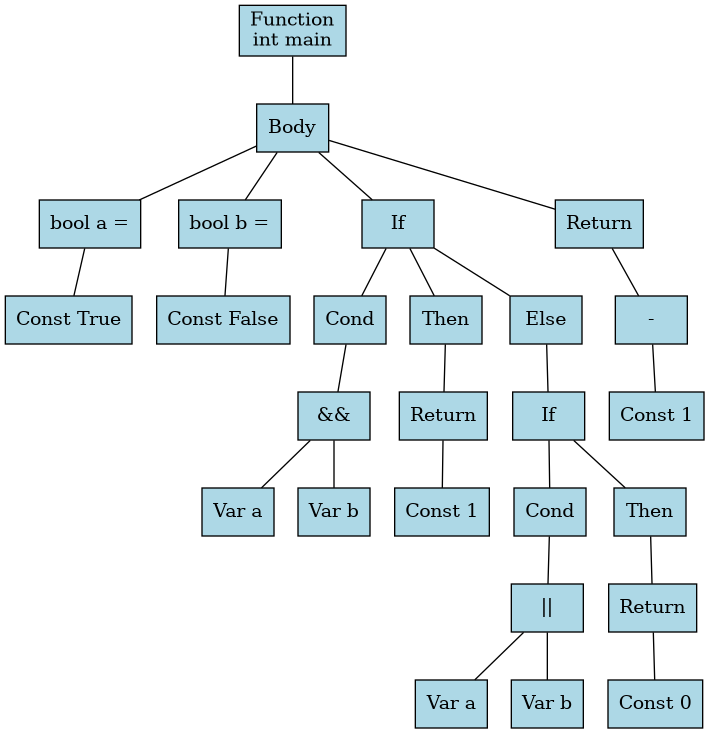
Before: ast.png, a diagram exported from Graphviz (MiguelCano-ia/mini-c-plusplus). Its source is kept beside it as ast.dot.
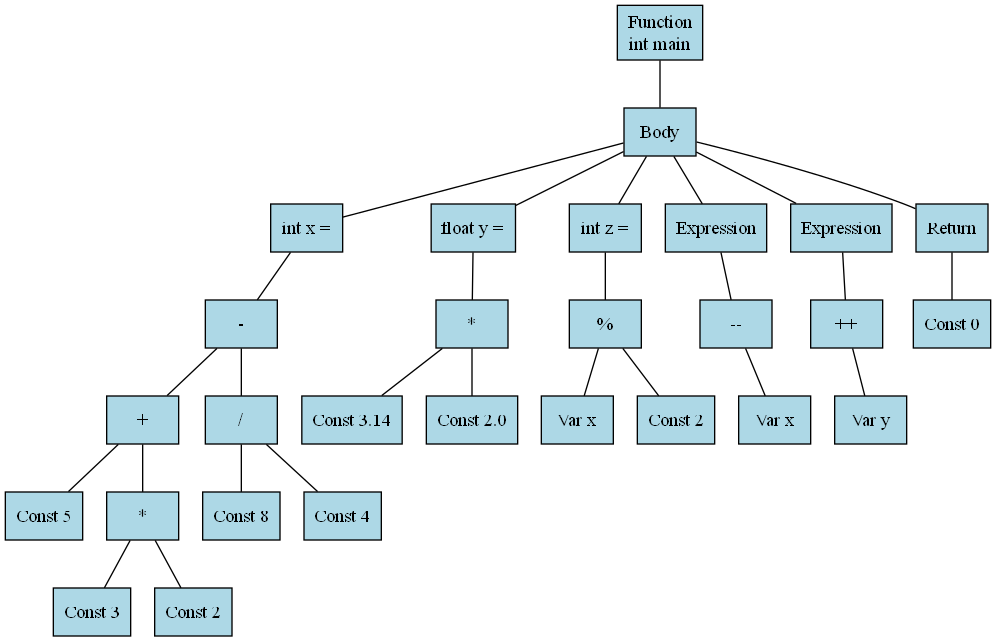
The same diagram one commit later.

What changed in the source:
```diff
@@ -5,52 +5,56 @@
 int main"]
 	n1 -> n3
 	n3 [label=Body]
-	n4 [label="bool a ="]
-	n5 [label="Const True"]
+	n4 [label="int x ="]
+	n5 [label="-"]
+	n6 [label="+"]
+	n7 [label="Const 5"]
+	n8 [label="*"]
+	n9 [label="Const 3"]
+	n10 [label="Const 2"]
+	n8 -> n9
+	n8 -> n10
+	n6 -> n7
+	n6 -> n8
+	n11 [label="/"]
+	n12 [label="Const 8"]
+	n13 [label="Const 4"]
+	n11 -> n12
+	n11 -> n13
+	n5 -> n6
+	n5 -> n11
 	n4 -> n5
 	n3 -> n4
-	n6 [label="bool b ="]
-	n7 [label="Const False"]
-	n6 -> n7
-	n3 -> n6
-	n8 [label=If]
-	n9 [label=Cond]
-	n10 [label="&&"]
-	n11 [label="Var a"]
-	n12 [label="Var b"]
-	n10 -> n11
-	n10 -> n12
-	n9 -> n10
-	n8 -> n9
-	n13 [label=Then]
-	n14 [label=Return]
-	n15 [label="Const 1"]
+	n14 [label="float y ="]
+	n15 [label="*"]
+	n16 [label="Const 3.14"]
+	n17 [label="Const 2.0"]
+	n15 -> n16
+	n15 -> n17
 	n14 -> n15
-	n13 -> n14
-	n8 -> n13
-	n16 [label=Else]
-	n17 [label=If]
-	n18 [label=Cond]
-	n19 [label="||"]
-	n20 [label="Var a"]
-	n21 [label="Var b"]
+	n3 -> n14
+	n18 [label="int z ="]
+	n19 [label="%"]
+	n20 [label="Var x"]
+	n21 [label="Const 2"]
 	n19 -> n20
 	n19 -> n21
 	n18 -> n19
-	n17 -> n18
-	n22 [label=Then]
-	n23 [label=Return]
-	n24 [label="Const 0"]
+	n3 -> n18
+	n22 [label=Expression]
+	n23 [label="--"]
+	n24 [label="Var x"]
 	n23 -> n24
 	n22 -> n23
-	n17 -> n22
-	n16 -> n17
-	n8 -> n16
-	n3 -> n8
-	n25 [label=Return]
-	n26 [label="-"]
-	n27 [label="Const 1"]
+	n3 -> n22
+	n25 [label=Expression]
+	n26 [label="++"]
+	n27 [label="Var y"]
 	n26 -> n27
 	n25 -> n26
 	n3 -> n25
+	n28 [label=Return]
+	n29 [label="Const 0"]
+	n28 -> n29
+	n3 -> n28
 }
```
